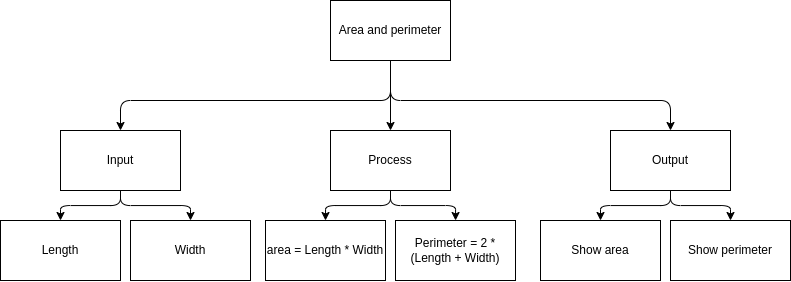
This is design.png from JacksonNaufal/ICS3U-Unit2-02-Python, a draw.io export, as it was before one commit. Source tidied: cells renumbered, new cells last; positions are measured from the earlier drawing's top-left corner, leaving out a move shared by most shapes.
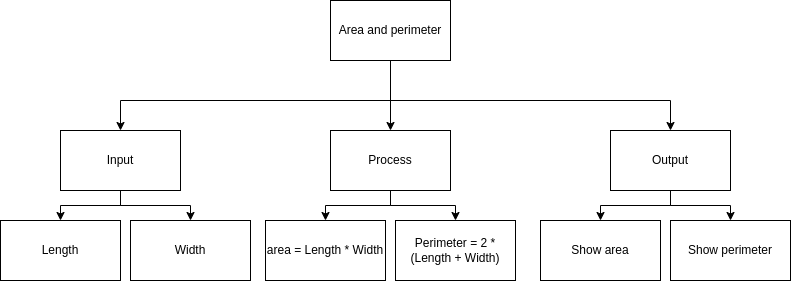
Above is the later version.

Diff of the diagram source:
```diff
@@ -2,10 +2,10 @@
   <root>
     <mxCell id="0" />
     <mxCell id="1" parent="0" />
-    <mxCell id="2" style="edgeStyle=none;html=1;" parent="1" edge="1" source="5" target="11">
+    <mxCell id="2" style="edgeStyle=none;html=1;rounded=0;" parent="1" edge="1" source="5" target="11">
       <mxGeometry relative="1" as="geometry" />
     </mxCell>
-    <mxCell id="3" style="edgeStyle=orthogonalEdgeStyle;html=1;entryX=0.5;entryY=0;entryDx=0;entryDy=0;" parent="1" edge="1" source="5" target="8">
+    <mxCell id="3" style="edgeStyle=orthogonalEdgeStyle;html=1;entryX=0.5;entryY=0;entryDx=0;entryDy=0;rounded=0;" parent="1" edge="1" source="5" target="8">
       <mxGeometry relative="1" as="geometry">
         <Array as="points">
           <mxPoint x="390" y="100" />
@@ -13,7 +13,7 @@
         </Array>
       </mxGeometry>
     </mxCell>
-    <mxCell id="4" style="edgeStyle=orthogonalEdgeStyle;html=1;entryX=0.5;entryY=0;entryDx=0;entryDy=0;" parent="1" edge="1" source="5" target="14">
+    <mxCell id="4" style="edgeStyle=orthogonalEdgeStyle;html=1;entryX=0.5;entryY=0;entryDx=0;entryDy=0;rounded=0;" parent="1" edge="1" source="5" target="14">
       <mxGeometry relative="1" as="geometry">
         <Array as="points">
           <mxPoint x="390" y="100" />
@@ -24,28 +24,28 @@
     <mxCell id="5" value="Area and perimeter" style="rounded=0;whiteSpace=wrap;html=1;" parent="1" vertex="1">
       <mxGeometry x="330" width="120" height="60" as="geometry" />
     </mxCell>
-    <mxCell id="6" style="edgeStyle=orthogonalEdgeStyle;html=1;entryX=0.5;entryY=0;entryDx=0;entryDy=0;" parent="1" edge="1" source="8" target="15">
+    <mxCell id="6" style="edgeStyle=orthogonalEdgeStyle;html=1;entryX=0.5;entryY=0;entryDx=0;entryDy=0;rounded=0;" parent="1" edge="1" source="8" target="15">
       <mxGeometry relative="1" as="geometry" />
     </mxCell>
-    <mxCell id="7" style="edgeStyle=orthogonalEdgeStyle;html=1;" parent="1" edge="1" source="8" target="16">
+    <mxCell id="7" style="edgeStyle=orthogonalEdgeStyle;html=1;rounded=0;" parent="1" edge="1" source="8" target="16">
       <mxGeometry relative="1" as="geometry" />
     </mxCell>
     <mxCell id="8" value="Input" style="rounded=0;whiteSpace=wrap;html=1;" parent="1" vertex="1">
       <mxGeometry x="60" y="130" width="120" height="60" as="geometry" />
     </mxCell>
-    <mxCell id="9" style="edgeStyle=orthogonalEdgeStyle;html=1;entryX=0.5;entryY=0;entryDx=0;entryDy=0;" parent="1" edge="1" source="11" target="17">
+    <mxCell id="9" style="edgeStyle=orthogonalEdgeStyle;html=1;entryX=0.5;entryY=0;entryDx=0;entryDy=0;rounded=0;" parent="1" edge="1" source="11" target="17">
       <mxGeometry relative="1" as="geometry" />
     </mxCell>
-    <mxCell id="10" style="edgeStyle=orthogonalEdgeStyle;html=1;" parent="1" edge="1" source="11" target="18">
+    <mxCell id="10" style="edgeStyle=orthogonalEdgeStyle;html=1;rounded=0;" parent="1" edge="1" source="11" target="18">
       <mxGeometry relative="1" as="geometry" />
     </mxCell>
     <mxCell id="11" value="Process" style="rounded=0;whiteSpace=wrap;html=1;" parent="1" vertex="1">
       <mxGeometry x="330" y="130" width="120" height="60" as="geometry" />
     </mxCell>
-    <mxCell id="12" style="edgeStyle=orthogonalEdgeStyle;html=1;entryX=0.5;entryY=0;entryDx=0;entryDy=0;" parent="1" edge="1" source="14" target="19">
+    <mxCell id="12" style="edgeStyle=orthogonalEdgeStyle;html=1;entryX=0.5;entryY=0;entryDx=0;entryDy=0;rounded=0;" parent="1" edge="1" source="14" target="19">
       <mxGeometry relative="1" as="geometry" />
     </mxCell>
-    <mxCell id="13" style="edgeStyle=orthogonalEdgeStyle;html=1;" parent="1" edge="1" source="14" target="20">
+    <mxCell id="13" style="edgeStyle=orthogonalEdgeStyle;html=1;rounded=0;" parent="1" edge="1" source="14" target="20">
       <mxGeometry relative="1" as="geometry" />
     </mxCell>
     <mxCell id="14" value="Output" style="rounded=0;whiteSpace=wrap;html=1;" parent="1" vertex="1">
```
